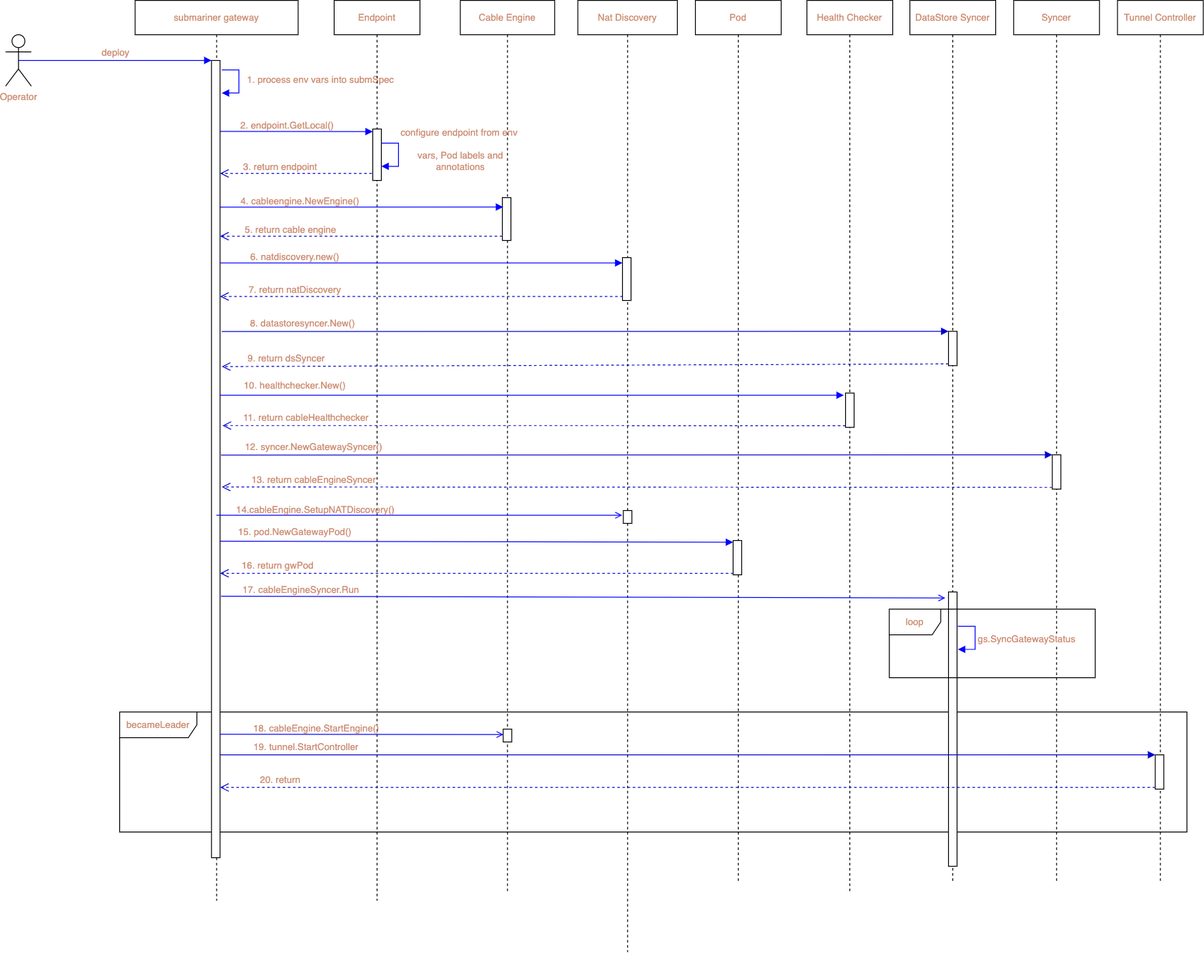
Above: Submariner/images/Submariner-gw-init.png in maryamtahhan/notes (draw.io), before the change. Source tidied: cells renumbered, new cells last; positions are measured from the earlier drawing's top-left corner, leaving out a move shared by most shapes.
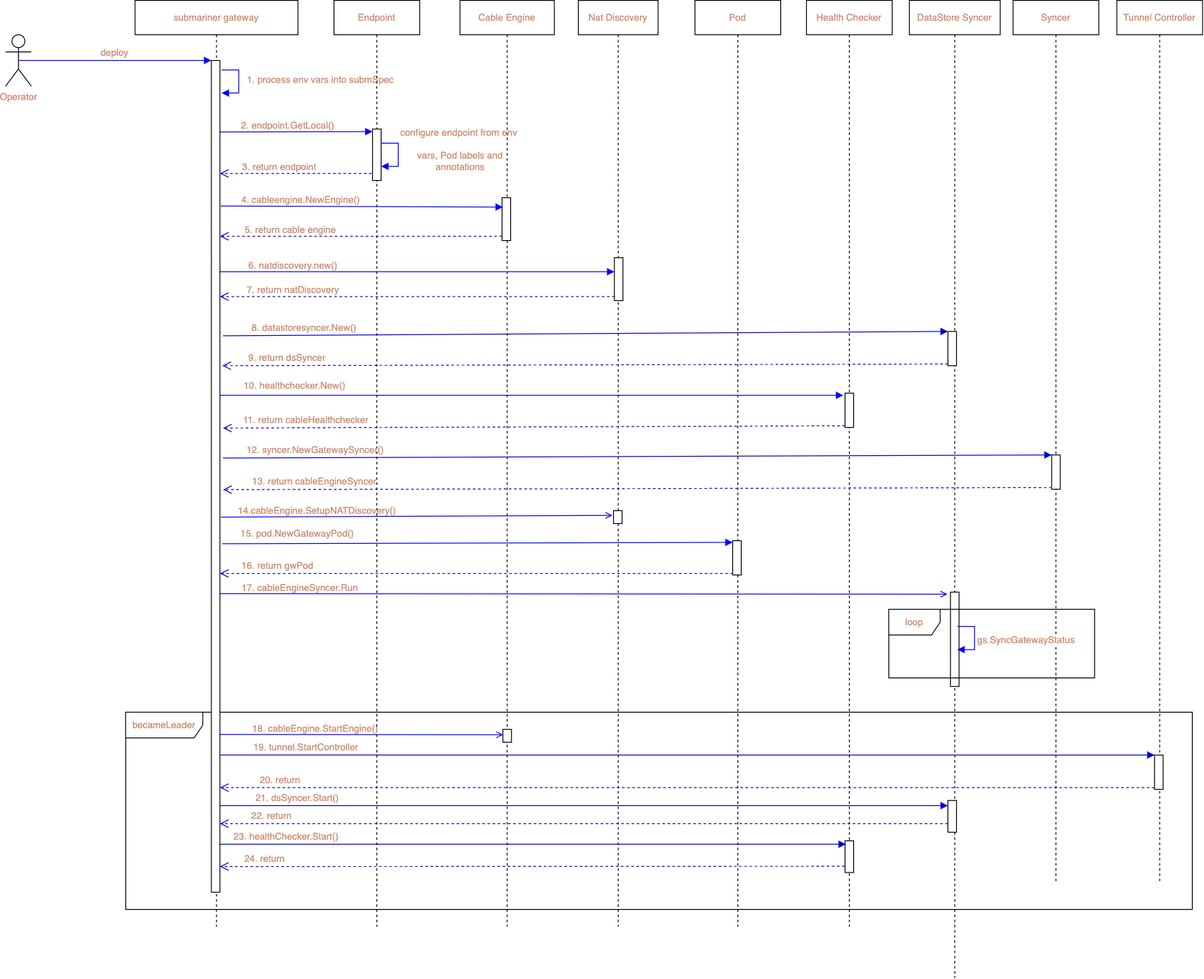
Later version of the same file.

Commit message:
update cable init image

The edit, as a diff of the source:
```diff
@@ -8,3 +8,3 @@
     <mxCell id="3" value="submariner gateway" style="shape=umlLifeline;perimeter=lifelinePerimeter;whiteSpace=wrap;html=1;outlineConnect=0;labelBackgroundColor=none;fontFamily=Helvetica;fontSize=11;fontColor=#CE9178;strokeColor=#000000;strokeWidth=1;fillColor=#FFFFFF;" parent="1" vertex="1">
-      <mxGeometry x="151" width="190" height="1050" as="geometry" />
+      <mxGeometry x="151" width="190" height="1080" as="geometry" />
     </mxCell>
@@ -21,3 +21,3 @@
     <mxCell id="5" value="Cable Engine" style="shape=umlLifeline;perimeter=lifelinePerimeter;whiteSpace=wrap;html=1;labelBackgroundColor=none;fontFamily=Helvetica;fontSize=11;fontColor=#CE9178;strokeColor=#000000;strokeWidth=1;fillColor=#FFFFFF;" parent="1" vertex="1">
-      <mxGeometry x="530" width="110" height="1040" as="geometry" />
+      <mxGeometry x="530" width="110" height="1080" as="geometry" />
     </mxCell>
@@ -27,17 +27,19 @@
     <mxCell id="7" value="Nat Discovery" style="shape=umlLifeline;perimeter=lifelinePerimeter;whiteSpace=wrap;html=1;labelBackgroundColor=none;fontFamily=Helvetica;fontSize=11;fontColor=#CE9178;strokeColor=#000000;strokeWidth=1;fillColor=#FFFFFF;" parent="1" vertex="1">
-      <mxGeometry x="667" width="116" height="1110" as="geometry" />
+      <mxGeometry x="668" width="93" height="1080" as="geometry" />
     </mxCell>
-    <mxCell id="8" value="&lt;div style=&quot;line-height: 18px&quot;&gt;&lt;font style=&quot;font-size: 11px&quot;&gt;becameLeader&lt;/font&gt;&lt;/div&gt;" style="shape=umlFrame;whiteSpace=wrap;html=1;labelBackgroundColor=none;labelBorderColor=none;fontFamily=Helvetica;fontSize=11;fontColor=#CE9178;width=90;height=30;" parent="7" vertex="1">
-      <mxGeometry x="-534" y="830" width="1244" height="140" as="geometry" />
-    </mxCell>
     <mxCell id="9" style="points=[];perimeter=orthogonalPerimeter;html=1;labelBackgroundColor=none;fontColor=#CE9178;verticalAlign=bottom;align=center;horizontal=1;fontSize=11;spacingLeft=0;spacing=0;spacingTop=0;whiteSpace=wrap;fontFamily=Helvetica;labelPosition=center;verticalLabelPosition=middle;labelBorderColor=none;" parent="7" vertex="1">
-      <mxGeometry x="52" y="300" width="10" height="50" as="geometry" />
+      <mxGeometry x="42" y="300" width="10" height="50" as="geometry" />
     </mxCell>
     <mxCell id="10" style="points=[];perimeter=orthogonalPerimeter;html=1;labelBackgroundColor=none;fontColor=#CE9178;verticalAlign=bottom;align=center;horizontal=1;fontSize=11;spacingLeft=0;spacing=0;spacingTop=0;whiteSpace=wrap;fontFamily=Helvetica;labelPosition=center;verticalLabelPosition=middle;labelBorderColor=none;" parent="7" vertex="1">
-      <mxGeometry x="53" y="595" width="10" height="15" as="geometry" />
+      <mxGeometry x="41" y="595" width="10" height="15" as="geometry" />
     </mxCell>
+    <mxCell id="50" value="22. return" style="html=1;verticalAlign=bottom;endArrow=open;dashed=1;endSize=8;rounded=0;labelBackgroundColor=none;labelBorderColor=none;fontFamily=Helvetica;fontSize=11;fontColor=#CE9178;strokeColor=#0000CC;" parent="7" edge="1" source="52">
+      <mxGeometry x="0.86" relative="1" as="geometry">
+        <mxPoint x="-418" y="960" as="targetPoint" />
+      </mxGeometry>
+    </mxCell>
     <mxCell id="11" value="Pod" style="shape=umlLifeline;perimeter=lifelinePerimeter;whiteSpace=wrap;html=1;labelBackgroundColor=none;fontFamily=Helvetica;fontSize=11;fontColor=#CE9178;strokeColor=#000000;strokeWidth=1;fillColor=#FFFFFF;" parent="1" vertex="1">
-      <mxGeometry x="804" width="100" height="1030" as="geometry" />
+      <mxGeometry x="804" width="100" height="1080" as="geometry" />
     </mxCell>
-    <mxCell id="12" value="&lt;div style=&quot;line-height: 18px&quot;&gt;&lt;div style=&quot;line-height: 18px&quot;&gt;&lt;div style=&quot;line-height: 18px&quot;&gt;15. pod.NewGatewayPod()&lt;/div&gt;&lt;/div&gt;&lt;/div&gt;" style="html=1;verticalAlign=bottom;endArrow=block;rounded=0;labelBackgroundColor=#FFFFFF;fontFamily=Helvetica;fontSize=11;fontColor=#CE9178;strokeColor=#0000FF;strokeWidth=1;exitX=0.9;exitY=0.603;exitDx=0;exitDy=0;exitPerimeter=0;" parent="11" edge="1" source="37">
+    <mxCell id="12" value="&lt;div style=&quot;line-height: 18px&quot;&gt;&lt;div style=&quot;line-height: 18px&quot;&gt;&lt;div style=&quot;line-height: 18px&quot;&gt;15. pod.NewGatewayPod()&lt;/div&gt;&lt;/div&gt;&lt;/div&gt;" style="html=1;verticalAlign=bottom;endArrow=block;rounded=0;labelBackgroundColor=#FFFFFF;fontFamily=Helvetica;fontSize=11;fontColor=#CE9178;strokeColor=#0000FF;strokeWidth=1;exitX=1.283;exitY=0.581;exitDx=0;exitDy=0;exitPerimeter=0;" parent="11" edge="1" source="37">
       <mxGeometry x="-0.71" y="-1" relative="1" as="geometry">
@@ -54,2 +56,7 @@
     </mxCell>
+    <mxCell id="51" value="24. return" style="html=1;verticalAlign=bottom;endArrow=open;dashed=1;endSize=8;rounded=0;labelBackgroundColor=none;labelBorderColor=none;fontFamily=Helvetica;fontSize=11;fontColor=#CE9178;strokeColor=#0000CC;exitX=-0.033;exitY=0.802;exitDx=0;exitDy=0;exitPerimeter=0;" parent="11" edge="1" source="53">
+      <mxGeometry x="0.86" relative="1" as="geometry">
+        <mxPoint x="-554" y="1010" as="targetPoint" />
+      </mxGeometry>
+    </mxCell>
     <mxCell id="15" value="deploy" style="html=1;verticalAlign=bottom;endArrow=block;entryX=0;entryY=0;rounded=0;fontFamily=Helvetica;fontSize=11;fontColor=#CE9178;strokeColor=#0000FF;strokeWidth=1;exitX=0.5;exitY=0.5;exitDx=0;exitDy=0;exitPerimeter=0;" parent="1" edge="1" source="2" target="37">
@@ -58,3 +65,3 @@
     <mxCell id="16" value="Endpoint" style="shape=umlLifeline;perimeter=lifelinePerimeter;whiteSpace=wrap;html=1;labelBackgroundColor=none;fontFamily=Helvetica;fontSize=11;fontColor=#CE9178;strokeColor=#000000;strokeWidth=1;fillColor=#FFFFFF;" parent="1" vertex="1">
-      <mxGeometry x="383" width="100" height="1050" as="geometry" />
+      <mxGeometry x="383" width="100" height="1080" as="geometry" />
     </mxCell>
@@ -74,3 +81,3 @@
     </mxCell>
-    <mxCell id="19" value="2. endpoint.GetLocal()" style="verticalAlign=bottom;endArrow=block;rounded=0;labelBackgroundColor=none;fontFamily=Helvetica;fontSize=11;fontColor=#CE9178;strokeColor=#0000FF;strokeWidth=1;html=1;align=center;horizontal=1;spacingLeft=0;spacing=0;spacingTop=0;labelPosition=center;verticalLabelPosition=middle;labelBorderColor=none;startArrow=none;exitX=1.01;exitY=0.089;exitDx=0;exitDy=0;exitPerimeter=0;" parent="1" edge="1" source="37">
+    <mxCell id="19" value="2. endpoint.GetLocal()" style="verticalAlign=bottom;endArrow=block;rounded=0;labelBackgroundColor=none;fontFamily=Helvetica;fontSize=11;fontColor=#CE9178;strokeColor=#0000FF;strokeWidth=1;html=1;align=center;horizontal=1;spacingLeft=0;spacing=0;spacingTop=0;labelPosition=center;verticalLabelPosition=middle;labelBorderColor=none;startArrow=none;exitX=0.95;exitY=0.086;exitDx=0;exitDy=0;exitPerimeter=0;" parent="1" edge="1" source="37">
       <mxGeometry x="-0.12" relative="1" as="geometry">
@@ -91,3 +98,3 @@
     </mxCell>
-    <mxCell id="24" value="4. cableengine.NewEngine()" style="verticalAlign=bottom;endArrow=block;rounded=0;labelBackgroundColor=none;fontFamily=Helvetica;fontSize=11;fontColor=#CE9178;strokeColor=#0000FF;strokeWidth=1;exitX=0.95;exitY=0.184;exitDx=0;exitDy=0;exitPerimeter=0;entryX=0.1;entryY=0.22;entryDx=0;entryDy=0;entryPerimeter=0;html=1;align=center;horizontal=1;spacingLeft=0;spacing=0;spacingTop=0;labelPosition=center;verticalLabelPosition=middle;labelBorderColor=none;" parent="1" edge="1" source="37" target="6">
+    <mxCell id="24" value="4. cableengine.NewEngine()" style="verticalAlign=bottom;endArrow=block;rounded=0;labelBackgroundColor=none;fontFamily=Helvetica;fontSize=11;fontColor=#CE9178;strokeColor=#0000FF;strokeWidth=1;exitX=1.117;exitY=0.175;exitDx=0;exitDy=0;exitPerimeter=0;entryX=0.1;entryY=0.22;entryDx=0;entryDy=0;entryPerimeter=0;html=1;align=center;horizontal=1;spacingLeft=0;spacing=0;spacingTop=0;labelPosition=center;verticalLabelPosition=middle;labelBorderColor=none;" parent="1" edge="1" source="37" target="6">
       <mxGeometry x="-0.44" relative="1" as="geometry" />
@@ -95,3 +102,3 @@
     <mxCell id="25" value="DataStore Syncer" style="shape=umlLifeline;perimeter=lifelinePerimeter;whiteSpace=wrap;html=1;labelBackgroundColor=none;fontFamily=Helvetica;fontSize=11;fontColor=#CE9178;strokeColor=#000000;strokeWidth=1;fillColor=#FFFFFF;" parent="1" vertex="1">
-      <mxGeometry x="1054" width="100" height="1030" as="geometry" />
+      <mxGeometry x="1054" width="106" height="1140" as="geometry" />
     </mxCell>
@@ -101,6 +108,12 @@
     <mxCell id="27" style="points=[];perimeter=orthogonalPerimeter;html=1;labelBackgroundColor=none;fontColor=#CE9178;verticalAlign=bottom;align=center;horizontal=1;fontSize=11;spacingLeft=0;spacing=0;spacingTop=0;whiteSpace=wrap;fontFamily=Helvetica;labelPosition=center;verticalLabelPosition=middle;labelBorderColor=none;" parent="25" vertex="1">
-      <mxGeometry x="45" y="690" width="10" height="320" as="geometry" />
+      <mxGeometry x="48" y="690" width="10" height="110" as="geometry" />
     </mxCell>
+    <mxCell id="52" style="html=1;points=[];perimeter=orthogonalPerimeter;labelBackgroundColor=none;labelBorderColor=none;fontFamily=Helvetica;fontSize=11;fontColor=#CE9178;" parent="25" vertex="1">
+      <mxGeometry x="45" y="933" width="10" height="37" as="geometry" />
+    </mxCell>
+    <mxCell id="8" value="&lt;div style=&quot;line-height: 18px&quot;&gt;&lt;font style=&quot;font-size: 11px&quot;&gt;becameLeader&lt;/font&gt;&lt;/div&gt;" style="shape=umlFrame;whiteSpace=wrap;html=1;labelBackgroundColor=none;labelBorderColor=none;fontFamily=Helvetica;fontSize=11;fontColor=#CE9178;width=90;height=30;" parent="25" vertex="1">
+      <mxGeometry x="-914" y="830" width="1244" height="230" as="geometry" />
+    </mxCell>
     <mxCell id="28" value="Health Checker" style="shape=umlLifeline;perimeter=lifelinePerimeter;whiteSpace=wrap;html=1;labelBackgroundColor=none;fontFamily=Helvetica;fontSize=11;fontColor=#CE9178;strokeColor=#000000;strokeWidth=1;fillColor=#FFFFFF;" parent="1" vertex="1">
-      <mxGeometry x="934" width="100" height="1040" as="geometry" />
+      <mxGeometry x="934" width="100" height="1080" as="geometry" />
     </mxCell>
@@ -109,9 +122,12 @@
     </mxCell>
+    <mxCell id="53" style="html=1;points=[];perimeter=orthogonalPerimeter;labelBackgroundColor=none;labelBorderColor=none;fontFamily=Helvetica;fontSize=11;fontColor=#CE9178;" parent="28" vertex="1">
+      <mxGeometry x="45" y="980" width="10" height="37" as="geometry" />
+    </mxCell>
-    <mxCell id="30" value="&lt;font color=&quot;#ce9178&quot; style=&quot;font-size: 11px&quot;&gt;&lt;font style=&quot;font-size: 11px&quot;&gt;&lt;font style=&quot;font-size: 11px&quot;&gt;11. return&amp;nbsp;&lt;/font&gt;&lt;/font&gt;cableHealthchecker&lt;/font&gt;" style="html=1;verticalAlign=bottom;endArrow=open;dashed=1;endSize=8;rounded=0;fillColor=#0050ef;strokeColor=#0000CC;exitX=0;exitY=0.95;exitDx=0;exitDy=0;exitPerimeter=0;entryX=1.283;entryY=0.458;entryDx=0;entryDy=0;entryPerimeter=0;" parent="1" edge="1" source="29" target="37">
+    <mxCell id="30" value="&lt;font color=&quot;#ce9178&quot; style=&quot;font-size: 11px&quot;&gt;&lt;font style=&quot;font-size: 11px&quot;&gt;&lt;font style=&quot;font-size: 11px&quot;&gt;11. return&amp;nbsp;&lt;/font&gt;&lt;/font&gt;cableHealthchecker&lt;/font&gt;" style="html=1;verticalAlign=bottom;endArrow=open;dashed=1;endSize=8;rounded=0;fillColor=#0050ef;strokeColor=#0000CC;exitX=0;exitY=0.95;exitDx=0;exitDy=0;exitPerimeter=0;entryX=1.367;entryY=0.442;entryDx=0;entryDy=0;entryPerimeter=0;" parent="1" edge="1" source="29" target="37">
       <mxGeometry x="0.73" relative="1" as="geometry" />
     </mxCell>
-    <mxCell id="31" value="&lt;font style=&quot;font-size: 11px&quot;&gt;&lt;font style=&quot;font-size: 11px&quot;&gt;8.&amp;nbsp;&lt;/font&gt;datastoresyncer.New()&lt;/font&gt;" style="html=1;verticalAlign=bottom;endArrow=block;entryX=0;entryY=0;rounded=0;labelBackgroundColor=none;fontFamily=Helvetica;fontSize=11;fontColor=#CE9178;strokeColor=#0000CC;exitX=1.2;exitY=0.34;exitDx=0;exitDy=0;exitPerimeter=0;" parent="1" edge="1" source="37" target="26">
+    <mxCell id="31" value="&lt;font style=&quot;font-size: 11px&quot;&gt;&lt;font style=&quot;font-size: 11px&quot;&gt;8.&amp;nbsp;&lt;/font&gt;datastoresyncer.New()&lt;/font&gt;" style="html=1;verticalAlign=bottom;endArrow=block;entryX=0;entryY=0;rounded=0;labelBackgroundColor=none;fontFamily=Helvetica;fontSize=11;fontColor=#CE9178;strokeColor=#0000CC;exitX=1.367;exitY=0.331;exitDx=0;exitDy=0;exitPerimeter=0;" parent="1" edge="1" source="37" target="26">
       <mxGeometry x="-0.78" relative="1" as="geometry" />
     </mxCell>
-    <mxCell id="32" value="&lt;font style=&quot;font-size: 11px&quot;&gt;&lt;font style=&quot;font-size: 11px&quot;&gt;9. return&amp;nbsp;&lt;/font&gt;dsSyncer&lt;/font&gt;" style="html=1;verticalAlign=bottom;endArrow=open;dashed=1;endSize=8;exitX=0;exitY=0.95;rounded=0;labelBackgroundColor=none;fontFamily=Helvetica;fontSize=11;fontColor=#CE9178;strokeColor=#0000CC;entryX=1.2;entryY=0.384;entryDx=0;entryDy=0;entryPerimeter=0;" parent="1" edge="1" source="26" target="37">
+    <mxCell id="32" value="&lt;font style=&quot;font-size: 11px&quot;&gt;&lt;font style=&quot;font-size: 11px&quot;&gt;9. return&amp;nbsp;&lt;/font&gt;dsSyncer&lt;/font&gt;" style="html=1;verticalAlign=bottom;endArrow=open;dashed=1;endSize=8;exitX=0;exitY=0.95;rounded=0;labelBackgroundColor=none;fontFamily=Helvetica;fontSize=11;fontColor=#CE9178;strokeColor=#0000CC;entryX=1.283;entryY=0.367;entryDx=0;entryDy=0;entryPerimeter=0;" parent="1" edge="1" source="26" target="37">
       <mxGeometry x="0.82" relative="1" as="geometry" />
@@ -124,6 +140,6 @@
     </mxCell>
-    <mxCell id="35" value="12. syncer.NewGatewaySyncer()" style="html=1;verticalAlign=bottom;endArrow=block;entryX=0;entryY=0;rounded=0;labelBackgroundColor=none;fontFamily=Helvetica;fontSize=11;fontColor=#CE9178;strokeColor=#0000CC;exitX=1.117;exitY=0.495;exitDx=0;exitDy=0;exitPerimeter=0;" parent="1" edge="1" source="37" target="34">
+    <mxCell id="35" value="12. syncer.NewGatewaySyncer()" style="html=1;verticalAlign=bottom;endArrow=block;entryX=0;entryY=0;rounded=0;labelBackgroundColor=none;fontFamily=Helvetica;fontSize=11;fontColor=#CE9178;strokeColor=#0000CC;exitX=1.367;exitY=0.478;exitDx=0;exitDy=0;exitPerimeter=0;" parent="1" edge="1" source="37" target="34">
       <mxGeometry x="-0.78" relative="1" as="geometry" />
     </mxCell>
-    <mxCell id="36" value="&lt;font style=&quot;font-size: 11px&quot;&gt;&lt;font style=&quot;font-size: 11px&quot;&gt;&lt;font style=&quot;font-size: 11px&quot;&gt;13. return&amp;nbsp;&lt;/font&gt;&lt;/font&gt;cableEngineSyncer&lt;/font&gt;" style="html=1;verticalAlign=bottom;endArrow=open;dashed=1;endSize=8;exitX=0;exitY=0.95;rounded=0;labelBackgroundColor=none;fontFamily=Helvetica;fontSize=11;fontColor=#CE9178;strokeColor=#0000CC;entryX=1.2;entryY=0.535;entryDx=0;entryDy=0;entryPerimeter=0;" parent="1" edge="1" source="34" target="37">
+    <mxCell id="36" value="&lt;font style=&quot;font-size: 11px&quot;&gt;&lt;font style=&quot;font-size: 11px&quot;&gt;&lt;font style=&quot;font-size: 11px&quot;&gt;13. return&amp;nbsp;&lt;/font&gt;&lt;/font&gt;cableEngineSyncer&lt;/font&gt;" style="html=1;verticalAlign=bottom;endArrow=open;dashed=1;endSize=8;exitX=0;exitY=0.95;rounded=0;labelBackgroundColor=none;fontFamily=Helvetica;fontSize=11;fontColor=#CE9178;strokeColor=#0000CC;entryX=1.367;entryY=0.516;entryDx=0;entryDy=0;entryPerimeter=0;" parent="1" edge="1" source="34" target="37">
       <mxGeometry x="0.78" relative="1" as="geometry" />
@@ -131,3 +147,3 @@
     <mxCell id="37" style="points=[];perimeter=orthogonalPerimeter;labelBackgroundColor=none;fontFamily=Helvetica;fontSize=11;fontColor=#CE9178;strokeColor=#000000;strokeWidth=1;fillColor=#FFFFFF;html=1;verticalAlign=bottom;align=center;horizontal=1;spacingLeft=0;spacing=0;spacingTop=0;whiteSpace=wrap;labelPosition=center;verticalLabelPosition=middle;labelBorderColor=none;" parent="1" vertex="1">
-      <mxGeometry x="240" y="70" width="10" height="930" as="geometry" />
+      <mxGeometry x="240" y="70" width="10" height="970" as="geometry" />
     </mxCell>
@@ -152,3 +168,3 @@
     </mxCell>
-    <mxCell id="41" value="17. cableEngineSyncer.Run" style="verticalAlign=bottom;endArrow=open;rounded=0;labelBackgroundColor=none;fontFamily=Helvetica;fontSize=11;fontColor=#CE9178;strokeColor=#0000FF;strokeWidth=1;html=1;align=center;horizontal=1;spacingLeft=0;spacing=0;spacingTop=0;labelPosition=center;verticalLabelPosition=middle;labelBorderColor=none;entryX=-0.367;entryY=0.022;entryDx=0;entryDy=0;entryPerimeter=0;exitX=1.117;exitY=0.672;exitDx=0;exitDy=0;exitPerimeter=0;" parent="1" edge="1" source="37" target="27">
+    <mxCell id="41" value="17. cableEngineSyncer.Run" style="verticalAlign=bottom;endArrow=open;rounded=0;labelBackgroundColor=none;fontFamily=Helvetica;fontSize=11;fontColor=#CE9178;strokeColor=#0000FF;strokeWidth=1;html=1;align=center;horizontal=1;spacingLeft=0;spacing=0;spacingTop=0;labelPosition=center;verticalLabelPosition=middle;labelBorderColor=none;entryX=-0.367;entryY=0.022;entryDx=0;entryDy=0;entryPerimeter=0;exitX=1.033;exitY=0.641;exitDx=0;exitDy=0;exitPerimeter=0;" parent="1" edge="1" source="37" target="27">
       <mxGeometry x="-0.78" relative="1" as="geometry" />
@@ -169,3 +185,3 @@
     </mxCell>
-    <mxCell id="46" value="19. tunnel.StartController" style="html=1;verticalAlign=bottom;endArrow=block;entryX=0;entryY=0;rounded=0;labelBackgroundColor=none;labelBorderColor=none;fontFamily=Helvetica;fontSize=11;fontColor=#CE9178;strokeColor=#0000CC;exitX=1.024;exitY=0.871;exitDx=0;exitDy=0;exitPerimeter=0;" parent="1" edge="1" source="37" target="45">
+    <mxCell id="46" value="19. tunnel.StartController" style="html=1;verticalAlign=bottom;endArrow=block;entryX=0;entryY=0;rounded=0;labelBackgroundColor=none;labelBorderColor=none;fontFamily=Helvetica;fontSize=11;fontColor=#CE9178;strokeColor=#0000CC;exitX=1.033;exitY=0.835;exitDx=0;exitDy=0;exitPerimeter=0;" parent="1" edge="1" source="37" target="45">
       <mxGeometry x="-0.82" relative="1" as="geometry" />
@@ -175,3 +191,3 @@
     </mxCell>
-    <mxCell id="48" value="14.cableEngine.SetupNATDiscovery()" style="verticalAlign=bottom;endArrow=open;rounded=0;labelBackgroundColor=none;fontFamily=Helvetica;fontSize=11;fontColor=#CE9178;strokeColor=#0000FF;strokeWidth=1;html=1;align=center;horizontal=1;spacingLeft=0;spacing=0;spacingTop=0;labelPosition=center;verticalLabelPosition=middle;labelBorderColor=none;entryX=-0.133;entryY=0.367;entryDx=0;entryDy=0;entryPerimeter=0;" parent="1" edge="1" source="3" target="10">
+    <mxCell id="48" value="14.cableEngine.SetupNATDiscovery()" style="verticalAlign=bottom;endArrow=open;rounded=0;labelBackgroundColor=none;fontFamily=Helvetica;fontSize=11;fontColor=#CE9178;strokeColor=#0000FF;strokeWidth=1;html=1;align=center;horizontal=1;spacingLeft=0;spacing=0;spacingTop=0;labelPosition=center;verticalLabelPosition=middle;labelBorderColor=none;entryX=-0.133;entryY=0.367;entryDx=0;entryDy=0;entryPerimeter=0;exitX=1.117;exitY=0.549;exitDx=0;exitDy=0;exitPerimeter=0;" parent="1" edge="1" source="37" target="10">
       <mxGeometry x="-0.51" relative="1" as="geometry" />
@@ -181,2 +197,13 @@
     </mxCell>
+    <mxCell id="54" value="21. dsSyncer.Start()" style="html=1;verticalAlign=bottom;endArrow=block;entryX=0;entryY=0;rounded=0;labelBackgroundColor=none;labelBorderColor=none;fontFamily=Helvetica;fontSize=11;fontColor=#CE9178;strokeColor=#0000CC;" parent="1" edge="1">
+      <mxGeometry x="-0.79" relative="1" as="geometry">
+        <mxPoint x="250" y="939" as="sourcePoint" />
+        <mxPoint x="1099" y="939" as="targetPoint" />
+      </mxGeometry>
+    </mxCell>
+    <mxCell id="55" value="23. healthChecker.Start()" style="html=1;verticalAlign=bottom;endArrow=block;rounded=0;labelBackgroundColor=none;labelBorderColor=none;fontFamily=Helvetica;fontSize=11;fontColor=#CE9178;strokeColor=#0000CC;startArrow=none;" parent="1" edge="1" source="37">
+      <mxGeometry x="-0.79" relative="1" as="geometry">
+        <mxPoint x="980" y="984" as="targetPoint" />
+      </mxGeometry>
+    </mxCell>
   </root>
```
